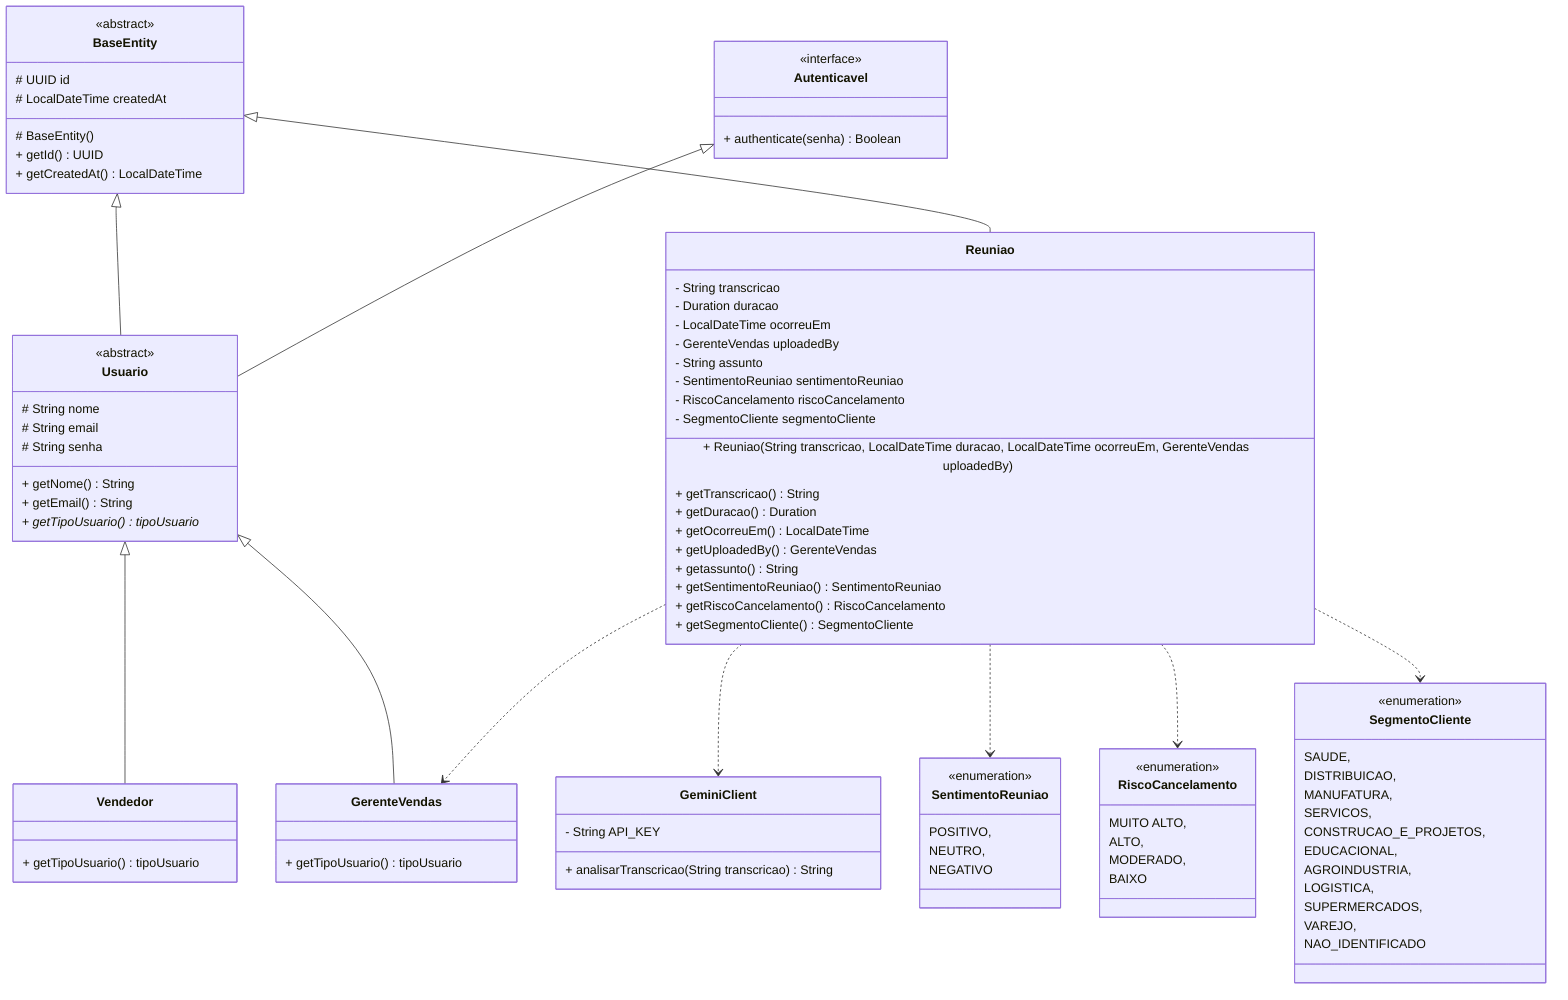
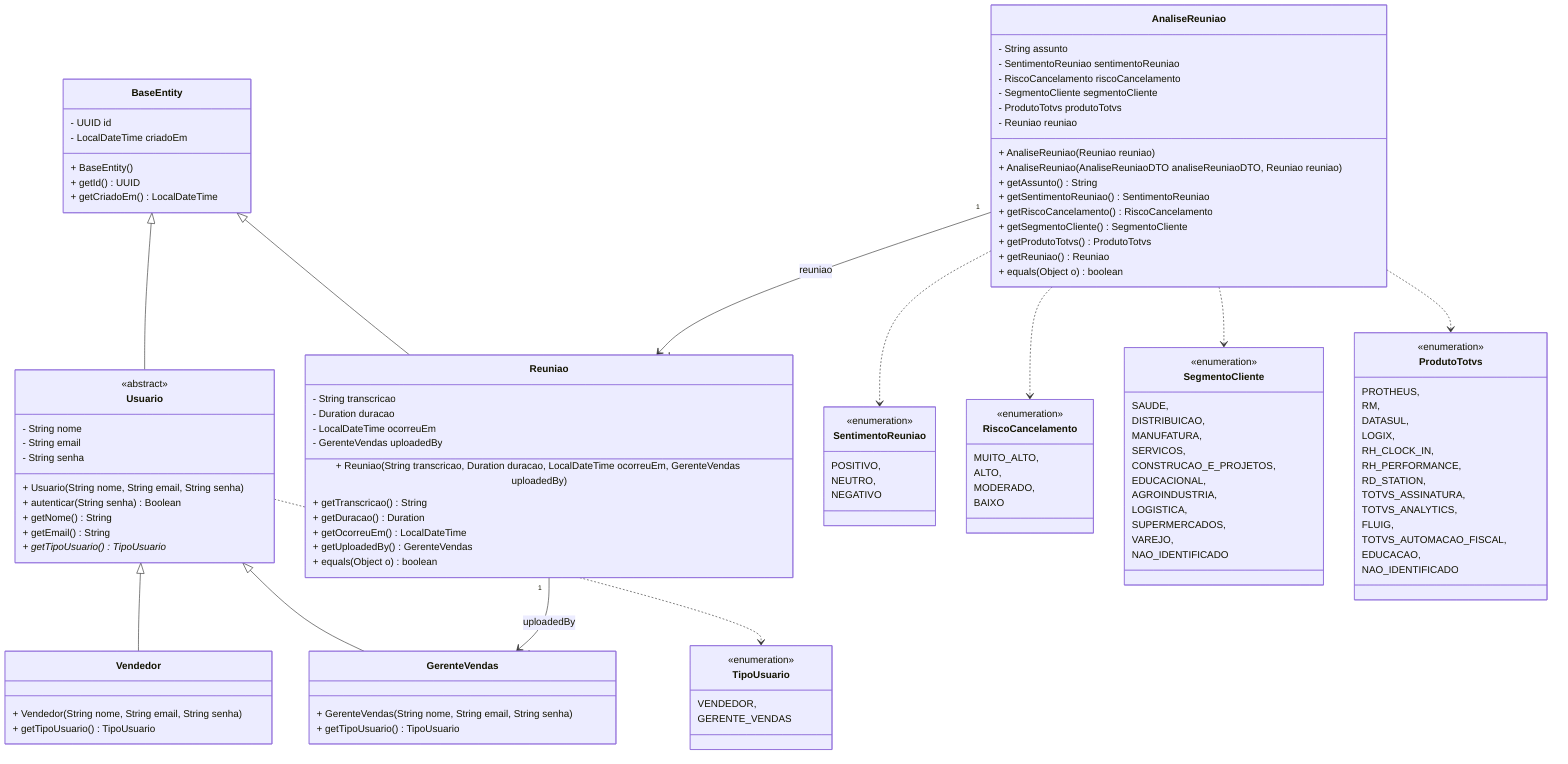
classDiagram

    class BaseEntity {
-         <<abstract>>
-         # UUID id
-         # LocalDateTime createdAt
+         - UUID id
+         - LocalDateTime criadoEm

-         # BaseEntity()
+         + BaseEntity()
        + getId() UUID
-         + getCreatedAt() LocalDateTime
-     }
- 
-     class Autenticavel {
-         <<interface>>
-         + authenticate(senha) Boolean
+         + getCriadoEm() LocalDateTime
    }

    class Usuario {
        <<abstract>>
-         # String nome
-         # String email
-         # String senha
+         - String nome
+         - String email
+         - String senha

+         + Usuario(String nome, String email, String senha)
+         + autenticar(String senha) Boolean
        + getNome() String
        + getEmail() String
- 
-         + getTipoUsuario() tipoUsuario*
+         + getTipoUsuario()* TipoUsuario
    }

    class Vendedor {
-         + getTipoUsuario() tipoUsuario
+         + Vendedor(String nome, String email, String senha)
+         + getTipoUsuario() TipoUsuario
    }

    class GerenteVendas {
-         + getTipoUsuario() tipoUsuario
+         + GerenteVendas(String nome, String email, String senha)
+         + getTipoUsuario() TipoUsuario
    }

    class Reuniao {
        - String transcricao
        - Duration duracao
        - LocalDateTime ocorreuEm
        - GerenteVendas uploadedBy

+         + Reuniao(String transcricao, Duration duracao, LocalDateTime ocorreuEm, GerenteVendas uploadedBy)
+         + getTranscricao() String
+         + getDuracao() Duration
+         + getOcorreuEm() LocalDateTime
+         + getUploadedBy() GerenteVendas
+         + equals(Object o) boolean
+     }
+ 
+     class AnaliseReuniao {
        - String assunto
        - SentimentoReuniao sentimentoReuniao
        - RiscoCancelamento riscoCancelamento
        - SegmentoCliente segmentoCliente
+         - ProdutoTotvs produtoTotvs
+         - Reuniao reuniao

-         + Reuniao(String transcricao, LocalDateTime duracao, LocalDateTime ocorreuEm, GerenteVendas uploadedBy)
-         + getTranscricao() String
-         + getDuracao() Duration
-         + getOcorreuEm() LocalDateTime
-         + getUploadedBy() GerenteVendas
-         + getassunto() String
+         + AnaliseReuniao(Reuniao reuniao)
+         + AnaliseReuniao(AnaliseReuniaoDTO analiseReuniaoDTO, Reuniao reuniao)
+         + getAssunto() String
        + getSentimentoReuniao() SentimentoReuniao
        + getRiscoCancelamento() RiscoCancelamento
        + getSegmentoCliente() SegmentoCliente
+         + getProdutoTotvs() ProdutoTotvs
+         + getReuniao() Reuniao
+         + equals(Object o) boolean
+     }
+ 
+     class TipoUsuario {
+         <<enumeration>>
+         VENDEDOR,
+         GERENTE_VENDAS
    }

    class SentimentoReuniao {
        <<enumeration>>
        POSITIVO,
        NEUTRO,
        NEGATIVO
    }

    class RiscoCancelamento {
        <<enumeration>>
-         MUITO ALTO,
+         MUITO_ALTO,
        ALTO,
        MODERADO,
        BAIXO
    }

    class SegmentoCliente {
        <<enumeration>>
        SAUDE,
        DISTRIBUICAO,
        MANUFATURA,
        SERVICOS,
        CONSTRUCAO_E_PROJETOS,
        EDUCACIONAL,
        AGROINDUSTRIA,
        LOGISTICA,
        SUPERMERCADOS,
        VAREJO,
        NAO_IDENTIFICADO
    }

-     class GeminiClient {
-         - String API_KEY
-         + analisarTranscricao(String transcricao) String
+     class ProdutoTotvs {
+         <<enumeration>>
+         PROTHEUS,
+         RM,
+         DATASUL,
+         LOGIX,
+         RH_CLOCK_IN,
+         RH_PERFORMANCE,
+         RD_STATION,
+         TOTVS_ASSINATURA,
+         TOTVS_ANALYTICS,
+         FLUIG,
+         TOTVS_AUTOMACAO_FISCAL,
+         EDUCACAO,
+         NAO_IDENTIFICADO
    }

    BaseEntity <|-- Usuario
    BaseEntity <|-- Reuniao

-     Autenticavel <|-- Usuario
- 
    Usuario <|-- Vendedor
    Usuario <|-- GerenteVendas

-     Reuniao ..> GerenteVendas
+     Usuario ..> TipoUsuario

-     Reuniao ..> GeminiClient
+     Reuniao "1" --> "1" GerenteVendas : uploadedBy

-     Reuniao ..> SentimentoReuniao
-     Reuniao ..> RiscoCancelamento
-     Reuniao ..> SegmentoCliente+     AnaliseReuniao "1" --> "1" Reuniao : reuniao
+ 
+     AnaliseReuniao ..> SentimentoReuniao
+     AnaliseReuniao ..> RiscoCancelamento
+     AnaliseReuniao ..> SegmentoCliente
+     AnaliseReuniao ..> ProdutoTotvs